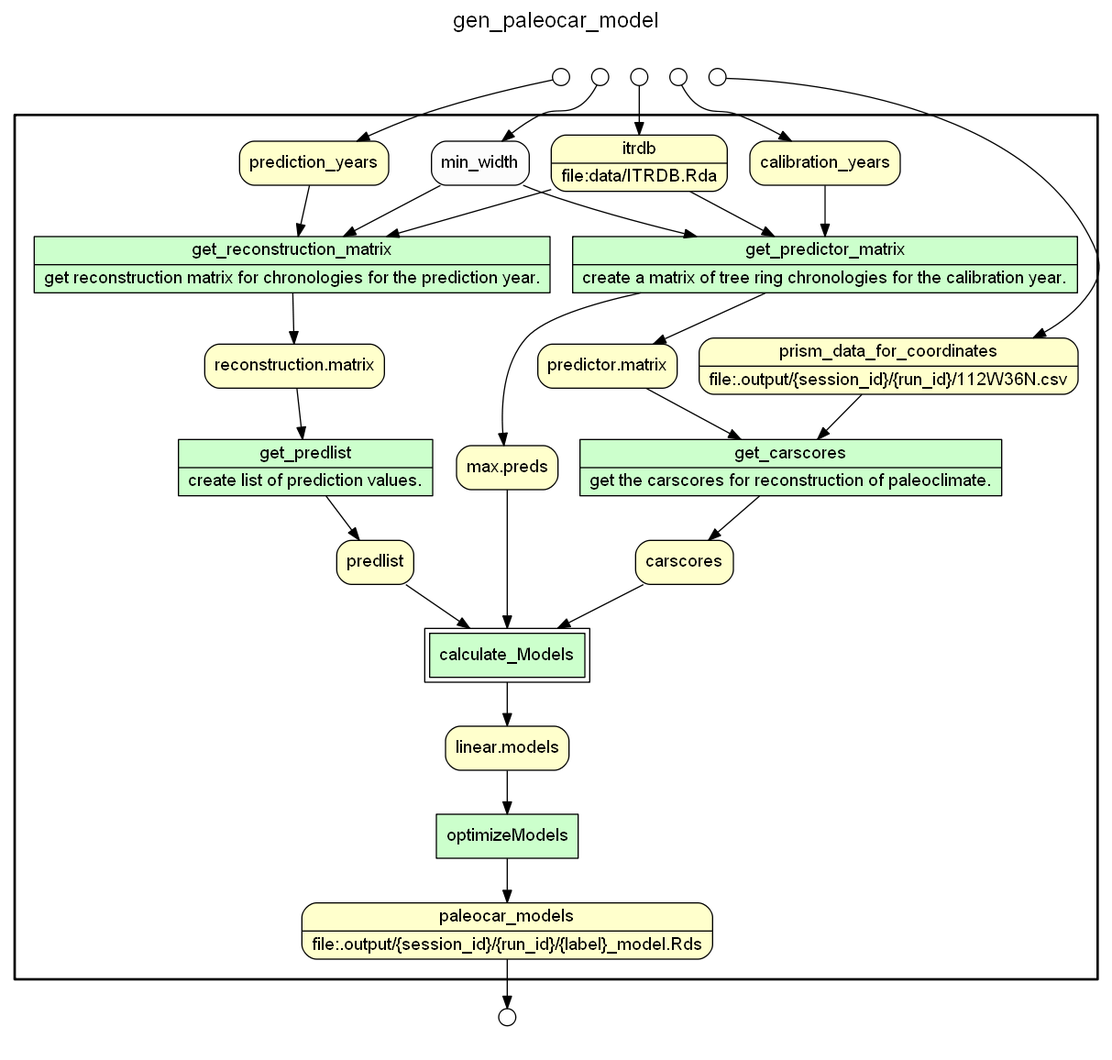
This is yw/graphs/paleocar_models.png from idaks/wt-prov-Summer-2017, a Graphviz export, as it was before one commit. Its source is kept beside it as yw/gv_files/paleocar_models.gv. Source of this version:
```dot
/* Start of top-level graph */
digraph Workflow {
rankdir=TB

/* Title for graph */
fontname=Helvetica; fontsize=18; labelloc=t
label=gen_paleocar_model

/* Start of double cluster for drawing box around nodes in workflow */
subgraph cluster_workflow_box_outer { label=""; color=black; penwidth=2
subgraph cluster_workflow_box_inner { label=""; penwidth=0

/* Style for nodes representing atomic programs in workflow */
node[shape=box style=filled fillcolor="#CCFFCC" peripheries=1 fontname=Helvetica]

/* Nodes representing atomic programs in workflow */
get_predictor_matrix [shape=record rankdir=LR label="{<f0> get_predictor_matrix |<f1> create a matrix of tree ring chronologies for the calibration year.}"];
get_reconstruction_matrix [shape=record rankdir=LR label="{<f0> get_reconstruction_matrix |<f1> get reconstruction matrix for chronologies for the prediction year.}"];
get_predlist [shape=record rankdir=LR label="{<f0> get_predlist |<f1> create list of prediction values.}"];
get_carscores [shape=record rankdir=LR label="{<f0> get_carscores |<f1> get the carscores for reconstruction of paleoclimate.}"];
optimizeModels

/* Style for nodes representing composite programs (sub-workflows) in workflow */
node[shape=box style=filled fillcolor="#CCFFCC" peripheries=2 fontname=Helvetica]

/* Nodes representing composite programs (sub-workflows) in workflow */
calculate_Models

/* Style for nodes representing non-parameter data channels in workflow */
node[shape=box style="rounded,filled" fillcolor="#FFFFCC" peripheries=1 fontname=Helvetica]

/* Nodes for non-parameter data channels in workflow */
itrdb [shape=record rankdir=LR label="{<f0> itrdb |<f1> file\:data/ITRDB.Rda}"];
calibration_years
prediction_years
"reconstruction.matrix"
prism_data_for_coordinates [shape=record rankdir=LR label="{<f0> prism_data_for_coordinates |<f1> file\:.output/\{session_id\}/\{run_id\}/112W36N.csv}"];
"predictor.matrix"
predlist
carscores
"max.preds"
"linear.models"
paleocar_models [shape=record rankdir=LR label="{<f0> paleocar_models |<f1> file\:.output/\{session_id\}/\{run_id\}/\{label\}_model.Rds}"];

/* Style for nodes representing parameter channels in workflow */
node[shape=box style="rounded,filled" fillcolor="#FCFCFC" peripheries=1 fontname=Helvetica]

/* Nodes representing parameter channels in workflow */
min_width

/* Edges representing connections between programs and channels */
get_predictor_matrix -> "predictor.matrix"
get_predictor_matrix -> "max.preds"
itrdb -> get_predictor_matrix
calibration_years -> get_predictor_matrix
min_width -> get_predictor_matrix
get_reconstruction_matrix -> "reconstruction.matrix"
itrdb -> get_reconstruction_matrix
prediction_years -> get_reconstruction_matrix
min_width -> get_reconstruction_matrix
get_predlist -> predlist
"reconstruction.matrix" -> get_predlist
get_carscores -> carscores
prism_data_for_coordinates -> get_carscores
"predictor.matrix" -> get_carscores
calculate_Models -> "linear.models"
predlist -> calculate_Models
carscores -> calculate_Models
"max.preds" -> calculate_Models
optimizeModels -> paleocar_models
"linear.models" -> optimizeModels

/* End of double cluster for drawing box around nodes in workflow */
}}

/* Hidden double-cluster for grouping workflow input ports */
subgraph cluster_input_ports_group_outer { label=""; penwidth=0
subgraph cluster_input_ports_group_inner { label=""; penwidth=0

/* Style for nodes representing workflow input ports */
node[shape=circle style="rounded,filled" fillcolor="#FFFFFF" peripheries=1 fontname=Helvetica width=0.2]

/* Nodes representing workflow input ports */
prediction_years_input_port [label=""]
prism_data_for_coordinates_input_port [label=""]
itrdb_input_port [label=""]
calibration_years_input_port [label=""]
min_width_input_port [label=""]

/* End of double-cluster for grouping workflow input ports */
}}

/* Hidden double-cluster for grouping workflow output ports */
subgraph cluster_output_ports_group_outer { label=""; penwidth=0
subgraph cluster_output_ports_group_inner { label=""; penwidth=0

/* Style for nodes representing workflow output ports */
node[shape=circle style="rounded,filled" fillcolor="#FFFFFF" peripheries=1 fontname=Helvetica width=0.2]

/* Nodes representing workflow output ports */
paleocar_models_output_port [label=""]

/* End of double-cluster for grouping workflow output ports */
}}

/* Edges from input ports to channels */
prediction_years_input_port -> prediction_years
prism_data_for_coordinates_input_port -> prism_data_for_coordinates
itrdb_input_port -> itrdb
calibration_years_input_port -> calibration_years
min_width_input_port -> min_width

/* Edges from channels to output ports */
paleocar_models -> paleocar_models_output_port

/* End of top-level graph */
}
```
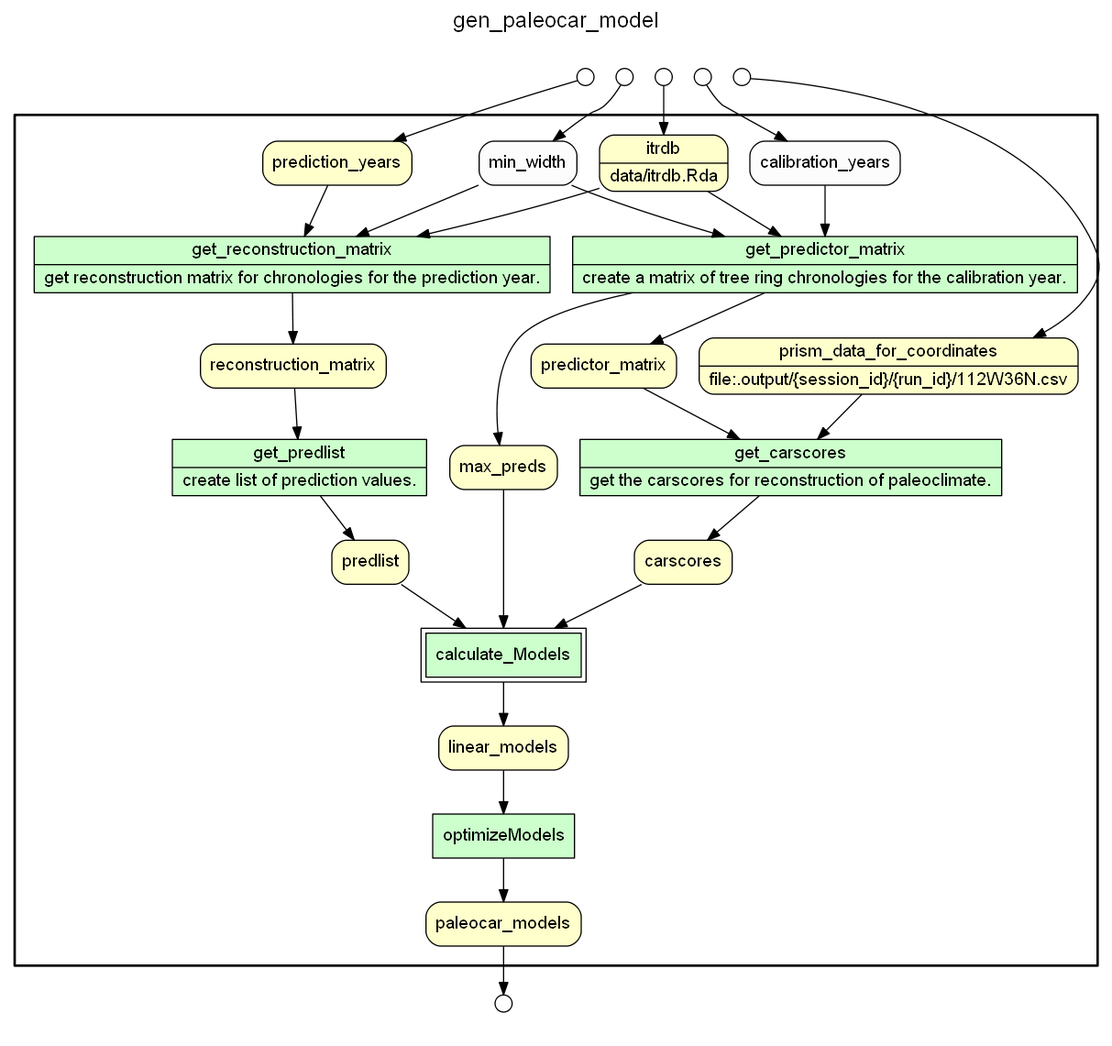
After the change.

What changed in the source:
```diff
@@ -30,45 +30,45 @@
 node[shape=box style="rounded,filled" fillcolor="#FFFFCC" peripheries=1 fontname=Helvetica]
 
 /* Nodes for non-parameter data channels in workflow */
-itrdb [shape=record rankdir=LR label="{<f0> itrdb |<f1> file\:data/ITRDB.Rda}"];
-calibration_years
+paleocar_models
+itrdb [shape=record rankdir=LR label="{<f0> itrdb |<f1> data/itrdb.Rda}"];
 prediction_years
-"reconstruction.matrix"
+reconstruction_matrix
 prism_data_for_coordinates [shape=record rankdir=LR label="{<f0> prism_data_for_coordinates |<f1> file\:.output/\{session_id\}/\{run_id\}/112W36N.csv}"];
-"predictor.matrix"
+predictor_matrix
 predlist
 carscores
-"max.preds"
-"linear.models"
-paleocar_models [shape=record rankdir=LR label="{<f0> paleocar_models |<f1> file\:.output/\{session_id\}/\{run_id\}/\{label\}_model.Rds}"];
+max_preds
+linear_models
 
 /* Style for nodes representing parameter channels in workflow */
 node[shape=box style="rounded,filled" fillcolor="#FCFCFC" peripheries=1 fontname=Helvetica]
 
 /* Nodes representing parameter channels in workflow */
+calibration_years
 min_width
 
 /* Edges representing connections between programs and channels */
-get_predictor_matrix -> "predictor.matrix"
-get_predictor_matrix -> "max.preds"
+get_predictor_matrix -> predictor_matrix
+get_predictor_matrix -> max_preds
 itrdb -> get_predictor_matrix
 calibration_years -> get_predictor_matrix
 min_width -> get_predictor_matrix
-get_reconstruction_matrix -> "reconstruction.matrix"
+get_reconstruction_matrix -> reconstruction_matrix
 itrdb -> get_reconstruction_matrix
 prediction_years -> get_reconstruction_matrix
 min_width -> get_reconstruction_matrix
 get_predlist -> predlist
-"reconstruction.matrix" -> get_predlist
+reconstruction_matrix -> get_predlist
 get_carscores -> carscores
 prism_data_for_coordinates -> get_carscores
-"predictor.matrix" -> get_carscores
-calculate_Models -> "linear.models"
+predictor_matrix -> get_carscores
+calculate_Models -> linear_models
 predlist -> calculate_Models
 carscores -> calculate_Models
-"max.preds" -> calculate_Models
+max_preds -> calculate_Models
 optimizeModels -> paleocar_models
-"linear.models" -> optimizeModels
+linear_models -> optimizeModels
 
 /* End of double cluster for drawing box around nodes in workflow */
 }}
```
